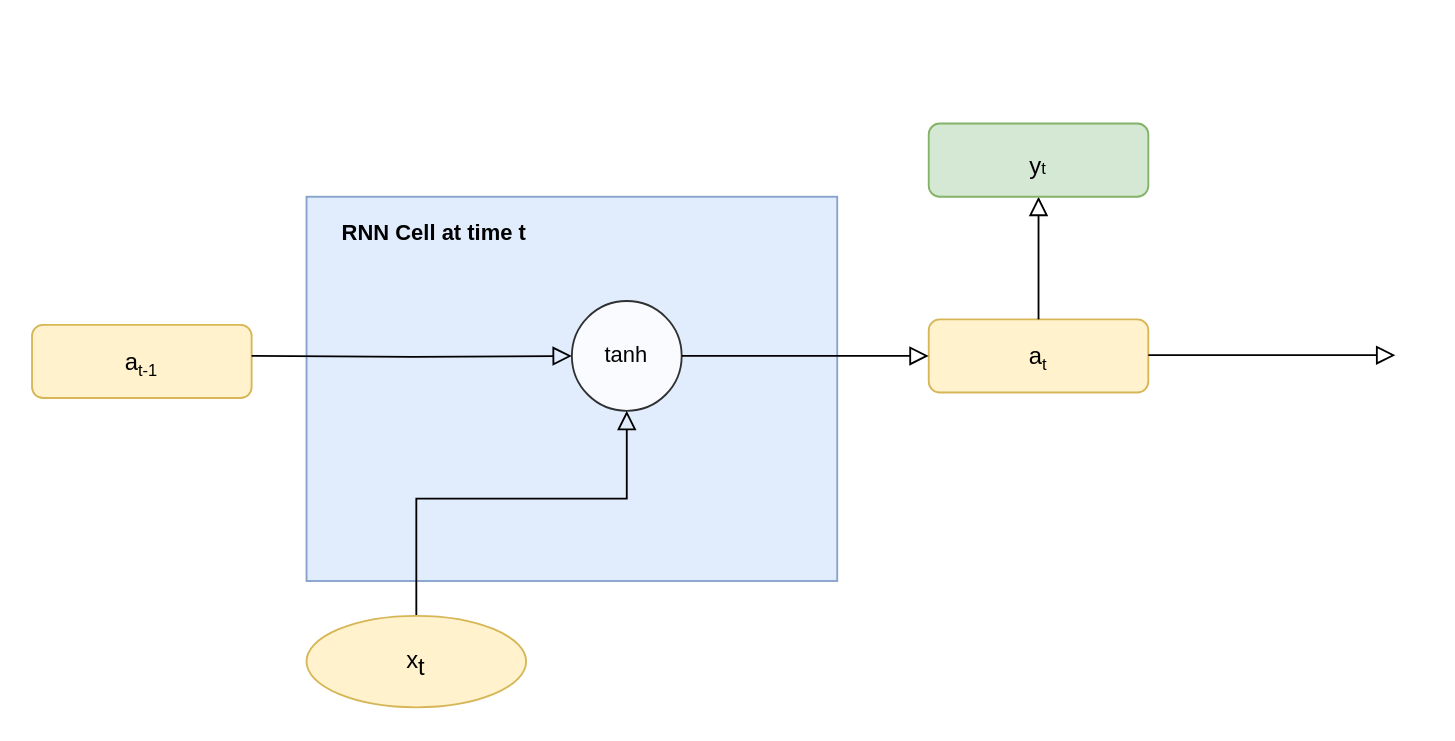
nikita-yatchenko/blog keeps this draw.io diagram as _notebooks/images/seq2seqLSTM/images/Untitled Diagram.drawio. Above is the earlier version. Source tidied: cells renumbered, new cells numbered last; positions are measured from the earlier drawing's top-left corner, leaving out a move shared by most shapes. Both pictures are drawn from the tidied source at 183%, with x=0, y=0 at pixel (31, 123).
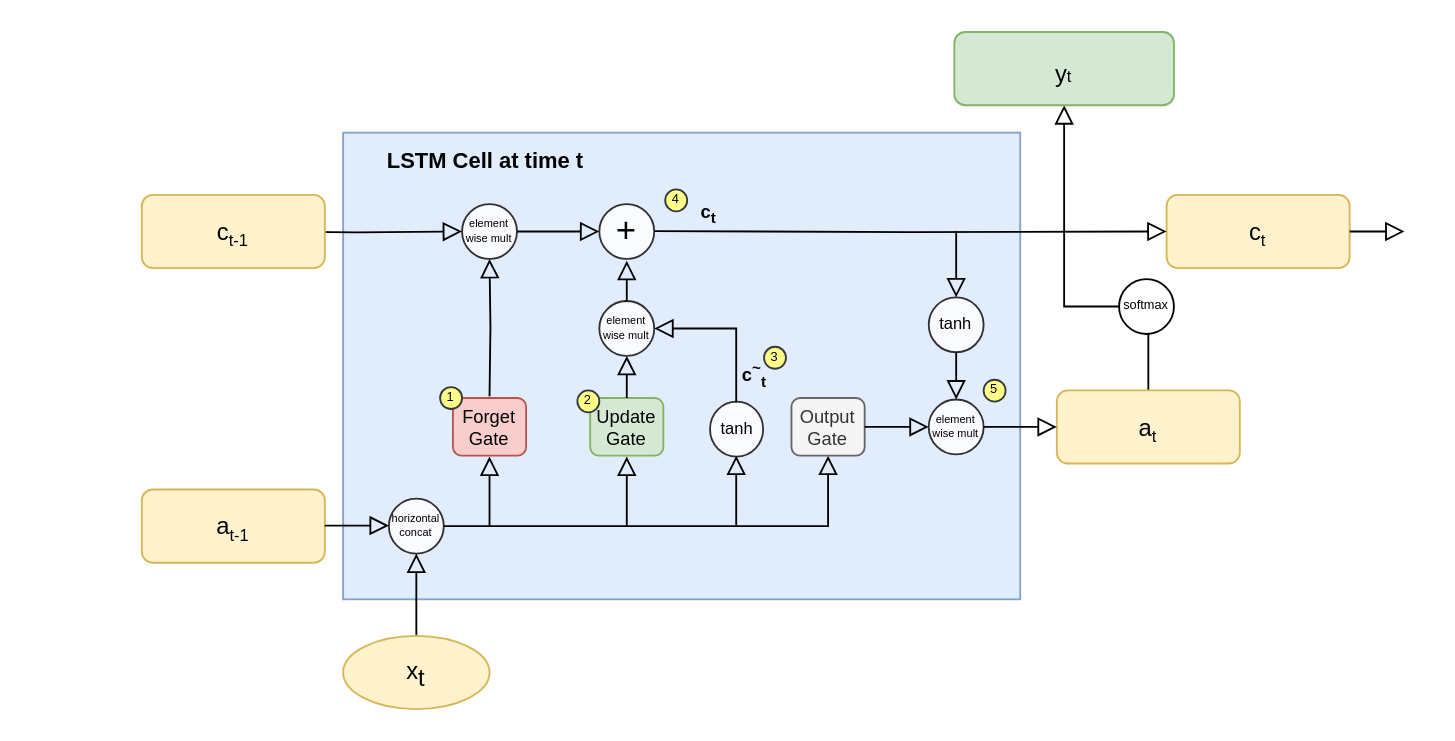
Above is the later version.

Diff of the diagram source:
```diff
@@
     <mxCell id="2" style="rounded=0;whiteSpace=wrap;html=1;fillColor=#dae8fc;strokeColor=#6c8ebf;opacity=80;" parent="1" vertex="1">
-      <mxGeometry x="150" y="40" width="290" height="210" as="geometry" />
+      <mxGeometry x="170" y="5" width="370" height="255" as="geometry" />
     </mxCell>
-    <mxCell id="3" value="&lt;font style=&quot;font-size: 13px&quot;&gt;a&lt;/font&gt;&lt;sub style=&quot;font-size: 9px ; line-height: 0%&quot;&gt;&lt;font style=&quot;font-size: 9px&quot;&gt;t&lt;/font&gt;&lt;br&gt;&lt;/sub&gt;" style="rounded=1;whiteSpace=wrap;html=1;fontSize=12;glass=0;strokeWidth=1;shadow=0;fillColor=#fff2cc;strokeColor=#d6b656;" parent="1" vertex="1">
-      <mxGeometry x="490" y="107" width="120" height="40" as="geometry" />
+    <mxCell id="3" value="&lt;font style=&quot;font-size: 13px&quot;&gt;c&lt;/font&gt;&lt;sub style=&quot;font-size: 9px ; line-height: 0%&quot;&gt;&lt;font style=&quot;font-size: 9px&quot;&gt;t&lt;/font&gt;&lt;br&gt;&lt;/sub&gt;" style="rounded=1;whiteSpace=wrap;html=1;fontSize=12;glass=0;strokeWidth=1;shadow=0;fillColor=#fff2cc;strokeColor=#d6b656;" parent="1" vertex="1">
+      <mxGeometry x="620" y="39" width="100" height="40" as="geometry" />
     </mxCell>
-    <mxCell id="4" style="rounded=0;html=1;jettySize=auto;fontSize=11;endArrow=block;endFill=0;endSize=8;strokeWidth=1;shadow=0;labelBackgroundColor=none;edgeStyle=orthogonalEdgeStyle;exitX=0.5;exitY=0;exitDx=0;exitDy=0;" parent="1" edge="1" source="6" target="11">
-      <mxGeometry x="0.33" y="20" relative="1" as="geometry">
-        <Array as="points">
-          <mxPoint x="210" y="205" />
-          <mxPoint x="325" y="205" />
-        </Array>
-      </mxGeometry>
+    <mxCell id="4" style="rounded=0;html=1;jettySize=auto;fontSize=11;endArrow=block;endFill=0;endSize=8;strokeWidth=1;shadow=0;labelBackgroundColor=none;edgeStyle=orthogonalEdgeStyle;exitX=0.5;exitY=0;exitDx=0;exitDy=0;" parent="1" edge="1" source="6" target="39">
+      <mxGeometry x="0.33" y="20" relative="1" as="geometry" />
     </mxCell>
-    <mxCell id="5" style="rounded=0;html=1;jettySize=auto;fontSize=11;endArrow=block;endFill=0;endSize=8;strokeWidth=1;shadow=0;labelBackgroundColor=none;edgeStyle=orthogonalEdgeStyle;exitX=1;exitY=0.5;exitDx=0;exitDy=0;entryX=0;entryY=0.5;entryDx=0;entryDy=0;" parent="1" edge="1" source="11" target="3">
+    <mxCell id="5" style="rounded=0;html=1;jettySize=auto;fontSize=11;endArrow=block;endFill=0;endSize=8;strokeWidth=1;shadow=0;labelBackgroundColor=none;edgeStyle=orthogonalEdgeStyle;exitX=1;exitY=0.5;exitDx=0;exitDy=0;entryX=0;entryY=0.5;entryDx=0;entryDy=0;" parent="1" edge="1" source="21" target="29">
       <mxGeometry x="0.33" y="20" relative="1" as="geometry" />
     </mxCell>
     <mxCell id="6" value="&lt;font style=&quot;line-height: 0%&quot;&gt;&lt;span style=&quot;font-size: 13px&quot;&gt;x&lt;/span&gt;&lt;sub&gt;&lt;span style=&quot;font-size: 13px&quot;&gt;t&lt;/span&gt;&lt;br&gt;&lt;/sub&gt;&lt;/font&gt;" style="ellipse;whiteSpace=wrap;html=1;fillColor=#fff2cc;strokeColor=#d6b656;" parent="1" vertex="1">
-      <mxGeometry x="150" y="269" width="120" height="50" as="geometry" />
+      <mxGeometry x="170" y="280" width="80" height="40" as="geometry" />
     </mxCell>
-    <mxCell id="7" style="rounded=0;html=1;jettySize=auto;fontSize=11;endArrow=block;endFill=0;endSize=8;strokeWidth=1;shadow=0;labelBackgroundColor=none;edgeStyle=orthogonalEdgeStyle;exitX=0.5;exitY=0;exitDx=0;exitDy=0;entryX=0.5;entryY=1;entryDx=0;entryDy=0;" parent="1" edge="1" source="3" target="8">
-      <mxGeometry x="0.33" y="20" relative="1" as="geometry" />
+    <mxCell id="7" style="rounded=0;html=1;jettySize=auto;fontSize=11;endArrow=block;endFill=0;endSize=8;strokeWidth=1;shadow=0;labelBackgroundColor=none;edgeStyle=orthogonalEdgeStyle;exitX=0.5;exitY=0;exitDx=0;exitDy=0;entryX=0.5;entryY=1;entryDx=0;entryDy=0;" parent="1" edge="1" source="40" target="8">
+      <mxGeometry x="0.33" y="20" relative="1" as="geometry">
+        <Array as="points">
+          <mxPoint x="610" y="100" />
+          <mxPoint x="564" y="100" />
+        </Array>
+      </mxGeometry>
     </mxCell>
     <mxCell id="8" value="&lt;sub style=&quot;line-height: 0%&quot;&gt;&lt;font style=&quot;font-size: 13px&quot;&gt;y&lt;/font&gt;&lt;font style=&quot;font-size: 9px&quot;&gt;t&lt;/font&gt;&lt;br&gt;&lt;/sub&gt;" style="rounded=1;whiteSpace=wrap;html=1;fontSize=12;glass=0;strokeWidth=1;shadow=0;fillColor=#d5e8d4;strokeColor=#82b366;" parent="1" vertex="1">
-      <mxGeometry x="490" width="120" height="40" as="geometry" />
+      <mxGeometry x="504" y="-50" width="120" height="40" as="geometry" />
     </mxCell>
     <mxCell id="9" value="&lt;font style=&quot;font-size: 13px&quot;&gt;a&lt;/font&gt;&lt;sub style=&quot;font-size: 9px ; line-height: 0%&quot;&gt;&lt;font style=&quot;font-size: 9px&quot;&gt;t-1&lt;/font&gt;&lt;br&gt;&lt;/sub&gt;" style="rounded=1;whiteSpace=wrap;html=1;fontSize=12;glass=0;strokeWidth=1;shadow=0;fillColor=#fff2cc;strokeColor=#d6b656;" parent="1" vertex="1">
-      <mxGeometry y="110" width="120" height="40" as="geometry" />
+      <mxGeometry x="60" y="200" width="100" height="40" as="geometry" />
     </mxCell>
-    <mxCell id="10" style="edgeStyle=orthogonalEdgeStyle;rounded=0;html=1;jettySize=auto;fontSize=11;endArrow=block;endFill=0;endSize=8;strokeWidth=1;shadow=0;labelBackgroundColor=none;exitX=1;exitY=0.5;exitDx=0;exitDy=0;entryX=0;entryY=0.5;entryDx=0;entryDy=0;" parent="1" edge="1" target="11">
+    <mxCell id="10" style="edgeStyle=orthogonalEdgeStyle;rounded=0;html=1;jettySize=auto;fontSize=11;endArrow=block;endFill=0;endSize=8;strokeWidth=1;shadow=0;labelBackgroundColor=none;exitX=1;exitY=0.5;exitDx=0;exitDy=0;entryX=0;entryY=0.5;entryDx=0;entryDy=0;" parent="1" edge="1" target="21">
       <mxGeometry y="10" relative="1" as="geometry">
-        <mxPoint x="120" y="127" as="sourcePoint" />
+        <mxPoint x="120" y="59" as="sourcePoint" />
       </mxGeometry>
     </mxCell>
-    <mxCell id="11" value="tanh" style="ellipse;whiteSpace=wrap;html=1;opacity=80;" parent="1" vertex="1">
-      <mxGeometry x="295" y="97" width="60" height="60" as="geometry" />
-    </mxCell>
-    <mxCell id="12" value="RNN Cell at time t" style="text;html=1;strokeColor=none;fillColor=none;align=center;verticalAlign=middle;whiteSpace=wrap;rounded=0;opacity=80;fontStyle=1;" parent="1" vertex="1">
-      <mxGeometry x="160" y="50" width="120" height="20" as="geometry" />
+    <mxCell id="12" value="LSTM Cell at time t" style="text;html=1;strokeColor=none;fillColor=none;align=center;verticalAlign=middle;whiteSpace=wrap;rounded=0;opacity=80;fontStyle=1;" parent="1" vertex="1">
+      <mxGeometry x="188" y="11" width="120" height="20" as="geometry" />
     </mxCell>
-    <mxCell id="13" style="rounded=0;html=1;jettySize=auto;orthogonalLoop=1;fontSize=11;endArrow=block;endFill=0;endSize=8;strokeWidth=1;shadow=0;labelBackgroundColor=none;edgeStyle=orthogonalEdgeStyle;exitX=1;exitY=0.5;exitDx=0;exitDy=0;entryX=0;entryY=0.5;entryDx=0;entryDy=0;" parent="1" edge="1">
+    <mxCell id="13" style="rounded=0;html=1;jettySize=auto;fontSize=11;endArrow=block;endFill=0;endSize=8;strokeWidth=1;shadow=0;labelBackgroundColor=none;edgeStyle=orthogonalEdgeStyle;exitX=1;exitY=0.5;exitDx=0;exitDy=0;" parent="1" edge="1" source="3">
       <mxGeometry x="0.33" y="20" relative="1" as="geometry">
-        <mxPoint x="610" y="126.6" as="sourcePoint" />
-        <mxPoint x="745" y="126.6" as="targetPoint" />
+        <mxPoint x="750" y="59" as="targetPoint" />
       </mxGeometry>
     </mxCell>
+    <mxCell id="14" value="&lt;font style=&quot;font-size: 13px&quot;&gt;c&lt;/font&gt;&lt;sub style=&quot;font-size: 9px ; line-height: 0%&quot;&gt;&lt;font style=&quot;font-size: 9px&quot;&gt;t-1&lt;/font&gt;&lt;br&gt;&lt;/sub&gt;" style="rounded=1;whiteSpace=wrap;html=1;fontSize=12;glass=0;strokeWidth=1;shadow=0;fillColor=#fff2cc;strokeColor=#d6b656;" parent="1" vertex="1">
+      <mxGeometry x="60" y="39" width="100" height="40" as="geometry" />
+    </mxCell>
+    <mxCell id="15" style="edgeStyle=orthogonalEdgeStyle;rounded=0;html=1;jettySize=auto;fontSize=11;endArrow=block;endFill=0;endSize=8;strokeWidth=1;shadow=0;labelBackgroundColor=none;entryX=0.5;entryY=1;entryDx=0;entryDy=0;exitX=1;exitY=0.5;exitDx=0;exitDy=0;" parent="1" edge="1" source="39" target="36">
+      <mxGeometry y="10" relative="1" as="geometry" />
+    </mxCell>
+    <mxCell id="16" style="rounded=0;html=1;jettySize=auto;orthogonalLoop=1;fontSize=11;endArrow=block;endFill=0;endSize=8;strokeWidth=1;shadow=0;labelBackgroundColor=none;edgeStyle=orthogonalEdgeStyle;exitX=0.5;exitY=0;exitDx=0;exitDy=0;" parent="1" edge="1">
+      <mxGeometry x="0.33" y="20" relative="1" as="geometry">
+        <mxPoint x="250" y="220" as="sourcePoint" />
+        <mxPoint x="250" y="182" as="targetPoint" />
+        <Array as="points">
+          <mxPoint x="250" y="182" />
+        </Array>
+      </mxGeometry>
+    </mxCell>
+    <mxCell id="17" value="Forget Gate" style="rounded=1;whiteSpace=wrap;html=1;fillColor=#f8cecc;strokeColor=#b85450;fontSize=10;" parent="1" vertex="1">
+      <mxGeometry x="230" y="150" width="40" height="31.5" as="geometry" />
+    </mxCell>
+    <mxCell id="18" style="rounded=0;html=1;jettySize=auto;orthogonalLoop=1;fontSize=11;endArrow=block;endFill=0;endSize=8;strokeWidth=1;shadow=0;labelBackgroundColor=none;edgeStyle=orthogonalEdgeStyle;exitX=0.5;exitY=0;exitDx=0;exitDy=0;" parent="1" edge="1">
+      <mxGeometry x="0.33" y="20" relative="1" as="geometry">
+        <mxPoint x="325" y="220" as="sourcePoint" />
+        <mxPoint x="325" y="182" as="targetPoint" />
+        <Array as="points">
+          <mxPoint x="325" y="182" />
+        </Array>
+      </mxGeometry>
+    </mxCell>
+    <mxCell id="19" value="Update&lt;br style=&quot;font-size: 10px;&quot;&gt;Gate" style="rounded=1;whiteSpace=wrap;html=1;fillColor=#d5e8d4;strokeColor=#82b366;fontSize=10;" parent="1" vertex="1">
+      <mxGeometry x="305" y="150" width="40" height="31.5" as="geometry" />
+    </mxCell>
+    <mxCell id="20" style="rounded=0;html=1;jettySize=auto;fontSize=11;endArrow=block;endFill=0;endSize=8;strokeWidth=1;shadow=0;labelBackgroundColor=none;edgeStyle=orthogonalEdgeStyle;entryX=0.5;entryY=1;entryDx=0;entryDy=0;" parent="1" edge="1" target="21">
+      <mxGeometry x="0.33" y="20" relative="1" as="geometry">
+        <mxPoint x="250" y="149" as="sourcePoint" />
+      </mxGeometry>
+    </mxCell>
+    <mxCell id="21" value="element wise mult" style="ellipse;whiteSpace=wrap;html=1;opacity=80;fontSize=6;" parent="1" vertex="1">
+      <mxGeometry x="235" y="44" width="30" height="30" as="geometry" />
+    </mxCell>
+    <mxCell id="22" value="tanh" style="ellipse;whiteSpace=wrap;html=1;opacity=80;fontSize=9;direction=south;" parent="1" vertex="1">
+      <mxGeometry x="370.5" y="152" width="29" height="30" as="geometry" />
+    </mxCell>
+    <mxCell id="23" style="rounded=0;html=1;jettySize=auto;orthogonalLoop=1;fontSize=11;endArrow=block;endFill=0;endSize=8;strokeWidth=1;shadow=0;labelBackgroundColor=none;edgeStyle=orthogonalEdgeStyle;exitX=0.5;exitY=0;exitDx=0;exitDy=0;" parent="1" edge="1">
+      <mxGeometry x="0.33" y="20" relative="1" as="geometry">
+        <mxPoint x="384.8" y="219.5" as="sourcePoint" />
+        <mxPoint x="384.8" y="181.5" as="targetPoint" />
+        <Array as="points">
+          <mxPoint x="384.8" y="181.5" />
+        </Array>
+      </mxGeometry>
+    </mxCell>
+    <mxCell id="24" style="rounded=0;html=1;jettySize=auto;fontSize=11;endArrow=block;endFill=0;endSize=8;strokeWidth=1;shadow=0;labelBackgroundColor=none;edgeStyle=orthogonalEdgeStyle;exitX=0.5;exitY=0;exitDx=0;exitDy=0;entryX=1;entryY=0.5;entryDx=0;entryDy=0;" parent="1" edge="1" target="26">
+      <mxGeometry x="0.33" y="20" relative="1" as="geometry">
+        <mxPoint x="384.8" y="152.5" as="sourcePoint" />
+        <Array as="points">
+          <mxPoint x="385" y="112" />
+        </Array>
+      </mxGeometry>
+    </mxCell>
+    <mxCell id="25" value="c&lt;sup&gt;~&lt;/sup&gt;&lt;sub&gt;t&lt;/sub&gt;" style="text;html=1;strokeColor=none;fillColor=none;align=center;verticalAlign=middle;whiteSpace=wrap;rounded=0;fontSize=10;fontStyle=1;" parent="1" vertex="1">
+      <mxGeometry x="375" y="127" width="40" height="20" as="geometry" />
+    </mxCell>
+    <mxCell id="26" value="element wise mult" style="ellipse;whiteSpace=wrap;html=1;opacity=80;fontSize=6;" parent="1" vertex="1">
+      <mxGeometry x="310" y="97" width="30" height="30" as="geometry" />
+    </mxCell>
+    <mxCell id="27" style="rounded=0;html=1;jettySize=auto;fontSize=11;endArrow=block;endFill=0;endSize=8;strokeWidth=1;shadow=0;labelBackgroundColor=none;edgeStyle=orthogonalEdgeStyle;entryX=0.5;entryY=1;entryDx=0;entryDy=0;" parent="1" edge="1" target="26">
+      <mxGeometry x="0.33" y="20" relative="1" as="geometry">
+        <mxPoint x="325" y="150" as="sourcePoint" />
+        <Array as="points">
+          <mxPoint x="325" y="150" />
+        </Array>
+      </mxGeometry>
+    </mxCell>
+    <mxCell id="28" style="rounded=0;html=1;jettySize=auto;orthogonalLoop=1;fontSize=11;endArrow=block;endFill=0;endSize=8;strokeWidth=1;shadow=0;labelBackgroundColor=none;edgeStyle=orthogonalEdgeStyle;exitX=0.5;exitY=0;exitDx=0;exitDy=0;" parent="1" edge="1">
+      <mxGeometry x="0.33" y="20" relative="1" as="geometry">
+        <mxPoint x="324" y="97" as="sourcePoint" />
+        <mxPoint x="325" y="75" as="targetPoint" />
+      </mxGeometry>
+    </mxCell>
+    <mxCell id="29" value="+" style="ellipse;whiteSpace=wrap;html=1;opacity=80;fontSize=19;" parent="1" vertex="1">
+      <mxGeometry x="310" y="44" width="30" height="30" as="geometry" />
+    </mxCell>
+    <mxCell id="30" style="rounded=0;html=1;jettySize=auto;fontSize=11;endArrow=block;endFill=0;endSize=8;strokeWidth=1;shadow=0;labelBackgroundColor=none;edgeStyle=orthogonalEdgeStyle;exitX=1;exitY=0.5;exitDx=0;exitDy=0;entryX=0;entryY=0.5;entryDx=0;entryDy=0;" parent="1" edge="1" target="3">
+      <mxGeometry x="0.33" y="20" relative="1" as="geometry">
+        <mxPoint x="340" y="58.8" as="sourcePoint" />
+      </mxGeometry>
+    </mxCell>
+    <mxCell id="31" value="c&lt;sub&gt;t&lt;/sub&gt;" style="text;html=1;strokeColor=none;fillColor=none;align=center;verticalAlign=middle;whiteSpace=wrap;rounded=0;fontSize=10;fontStyle=1;" parent="1" vertex="1">
+      <mxGeometry x="350" y="39" width="40" height="20" as="geometry" />
+    </mxCell>
+    <mxCell id="32" style="rounded=0;html=1;jettySize=auto;fontSize=11;endArrow=block;endFill=0;endSize=8;strokeWidth=1;shadow=0;labelBackgroundColor=none;edgeStyle=orthogonalEdgeStyle;entryX=0;entryY=0.5;entryDx=0;entryDy=0;" parent="1" edge="1" target="33">
+      <mxGeometry x="0.33" y="20" relative="1" as="geometry">
+        <mxPoint x="505" y="59" as="sourcePoint" />
+      </mxGeometry>
+    </mxCell>
+    <mxCell id="33" value="tanh" style="ellipse;whiteSpace=wrap;html=1;opacity=80;fontSize=9;direction=south;" parent="1" vertex="1">
+      <mxGeometry x="490" y="95" width="30" height="30" as="geometry" />
+    </mxCell>
+    <mxCell id="34" value="element wise mult" style="ellipse;whiteSpace=wrap;html=1;opacity=80;fontSize=6;" parent="1" vertex="1">
+      <mxGeometry x="490" y="150.8" width="30" height="30" as="geometry" />
+    </mxCell>
+    <mxCell id="35" style="rounded=0;html=1;jettySize=auto;fontSize=11;endArrow=block;endFill=0;endSize=8;strokeWidth=1;shadow=0;labelBackgroundColor=none;edgeStyle=orthogonalEdgeStyle;entryX=0.5;entryY=0;entryDx=0;entryDy=0;exitX=1;exitY=0.5;exitDx=0;exitDy=0;" parent="1" edge="1" source="33" target="34">
+      <mxGeometry x="0.33" y="20" relative="1" as="geometry">
+        <Array as="points">
+          <mxPoint x="505" y="139" />
+          <mxPoint x="505" y="139" />
+        </Array>
+      </mxGeometry>
+    </mxCell>
+    <mxCell id="36" value="Output&lt;br style=&quot;font-size: 10px&quot;&gt;Gate" style="rounded=1;whiteSpace=wrap;html=1;fillColor=#f5f5f5;strokeColor=#666666;fontSize=10;fontColor=#333333;" parent="1" vertex="1">
+      <mxGeometry x="415" y="150" width="40" height="31.5" as="geometry" />
+    </mxCell>
+    <mxCell id="37" style="rounded=0;html=1;jettySize=auto;fontSize=11;endArrow=block;endFill=0;endSize=8;strokeWidth=1;shadow=0;labelBackgroundColor=none;edgeStyle=orthogonalEdgeStyle;entryX=0;entryY=0.5;entryDx=0;entryDy=0;exitX=1;exitY=0.5;exitDx=0;exitDy=0;" parent="1" edge="1" source="36" target="34">
+      <mxGeometry x="0.33" y="20" relative="1" as="geometry">
+        <Array as="points">
+          <mxPoint x="490" y="166" />
+        </Array>
+      </mxGeometry>
+    </mxCell>
+    <mxCell id="38" style="edgeStyle=orthogonalEdgeStyle;rounded=0;html=1;jettySize=auto;fontSize=11;endArrow=block;endFill=0;endSize=8;strokeWidth=1;shadow=0;labelBackgroundColor=none;exitX=1;exitY=0.5;exitDx=0;exitDy=0;entryX=0;entryY=0.5;entryDx=0;entryDy=0;" parent="1" edge="1" target="39">
+      <mxGeometry y="10" relative="1" as="geometry">
+        <mxPoint x="160" y="219.7" as="sourcePoint" />
+      </mxGeometry>
+    </mxCell>
+    <mxCell id="39" value="horizontal concat" style="ellipse;whiteSpace=wrap;html=1;opacity=80;fontSize=6;" parent="1" vertex="1">
+      <mxGeometry x="195" y="205" width="30" height="30" as="geometry" />
+    </mxCell>
+    <mxCell id="40" value="&lt;font style=&quot;font-size: 13px&quot;&gt;a&lt;/font&gt;&lt;sub style=&quot;font-size: 9px ; line-height: 0%&quot;&gt;&lt;font style=&quot;font-size: 9px&quot;&gt;t&lt;/font&gt;&lt;br&gt;&lt;/sub&gt;" style="rounded=1;whiteSpace=wrap;html=1;fontSize=12;glass=0;strokeWidth=1;shadow=0;fillColor=#fff2cc;strokeColor=#d6b656;" parent="1" vertex="1">
+      <mxGeometry x="560" y="145.8" width="100" height="40" as="geometry" />
+    </mxCell>
+    <mxCell id="41" style="rounded=0;html=1;jettySize=auto;fontSize=11;endArrow=block;endFill=0;endSize=8;strokeWidth=1;shadow=0;labelBackgroundColor=none;edgeStyle=orthogonalEdgeStyle;entryX=0;entryY=0.5;entryDx=0;entryDy=0;exitX=1;exitY=0.5;exitDx=0;exitDy=0;" parent="1" edge="1" source="34" target="40">
+      <mxGeometry x="0.33" y="20" relative="1" as="geometry" />
+    </mxCell>
+    <mxCell id="42" value="&lt;font style=&quot;font-size: 7px;&quot;&gt;softmax&lt;/font&gt;" style="ellipse;whiteSpace=wrap;html=1;fontSize=7;" parent="1" vertex="1">
+      <mxGeometry x="594" y="85" width="30" height="30" as="geometry" />
+    </mxCell>
+    <mxCell id="43" value="&lt;font style=&quot;font-size: 7px&quot;&gt;1&lt;/font&gt;" style="ellipse;whiteSpace=wrap;html=1;fontSize=7;fillColor=#ffff88;strokeColor=#36393d;" parent="1" vertex="1">
+      <mxGeometry x="223" y="144" width="12" height="12" as="geometry" />
+    </mxCell>
+    <mxCell id="44" value="&lt;font style=&quot;font-size: 7px&quot;&gt;2&lt;/font&gt;" style="ellipse;whiteSpace=wrap;html=1;fontSize=7;fillColor=#ffff88;strokeColor=#36393d;" parent="1" vertex="1">
+      <mxGeometry x="298" y="145.8" width="12" height="12" as="geometry" />
+    </mxCell>
+    <mxCell id="45" value="&lt;font style=&quot;font-size: 7px&quot;&gt;3&lt;/font&gt;" style="ellipse;whiteSpace=wrap;html=1;fontSize=7;fillColor=#ffff88;strokeColor=#36393d;" parent="1" vertex="1">
+      <mxGeometry x="400" y="122" width="12" height="12" as="geometry" />
+    </mxCell>
+    <mxCell id="46" value="&lt;font style=&quot;font-size: 7px&quot;&gt;4&lt;/font&gt;" style="ellipse;whiteSpace=wrap;html=1;fontSize=7;fillColor=#ffff88;strokeColor=#36393d;" parent="1" vertex="1">
+      <mxGeometry x="346" y="36" width="12" height="12" as="geometry" />
+    </mxCell>
+    <mxCell id="47" value="&lt;font style=&quot;font-size: 7px&quot;&gt;5&lt;/font&gt;" style="ellipse;whiteSpace=wrap;html=1;fontSize=7;fillColor=#ffff88;strokeColor=#36393d;" parent="1" vertex="1">
+      <mxGeometry x="520" y="140" width="12" height="12" as="geometry" />
+    </mxCell>
```
